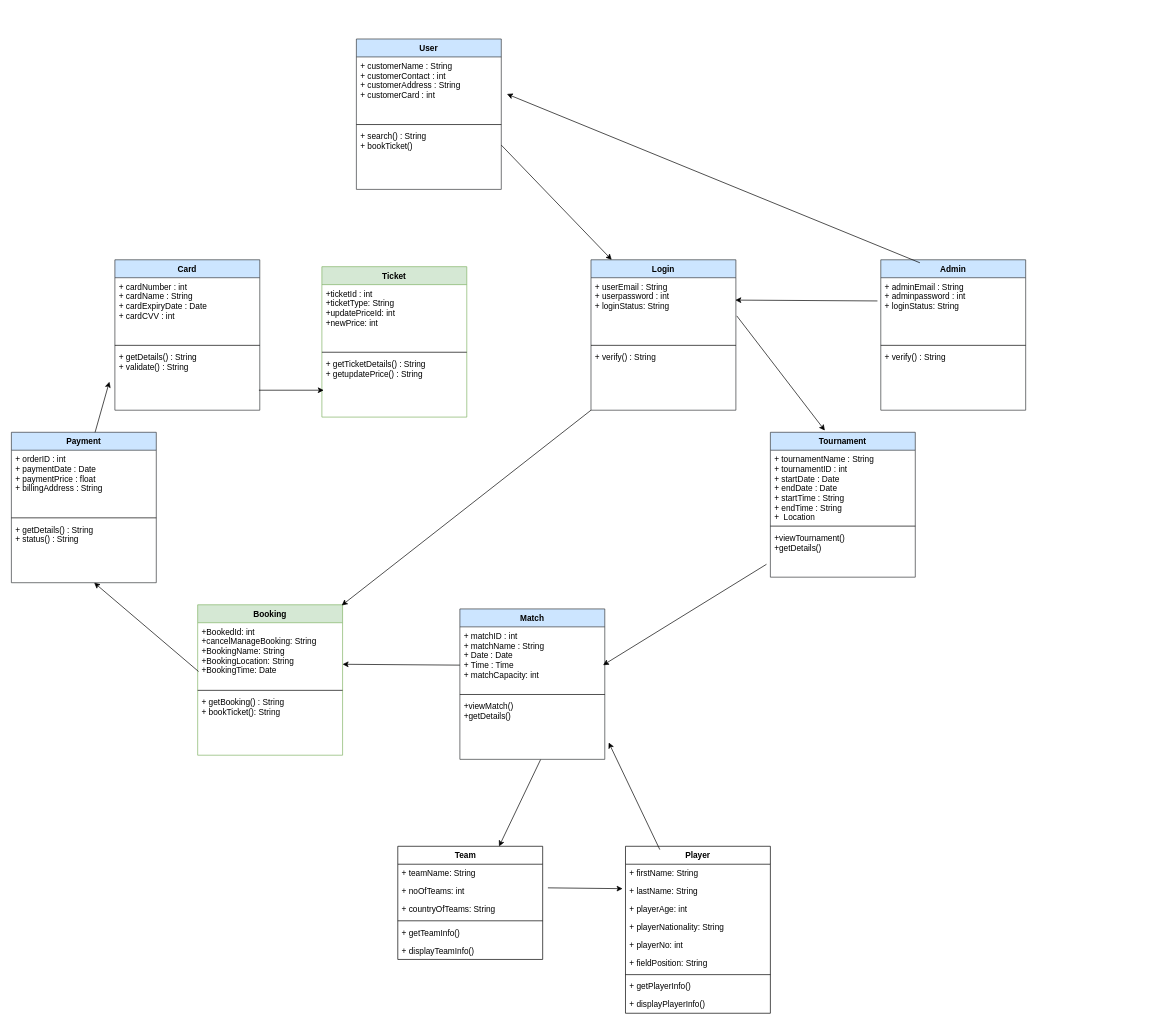
The draw.io diagram SES_Class.drawio in mlvl974/SportsEventSystem, before the edit. Source tidied: cells renumbered, new cells numbered last; positions are measured from the earlier drawing's top-left corner, leaving out a move shared by most shapes. Both pictures are drawn from the tidied source at 69%, with x=0, y=0 at pixel (11, 39).
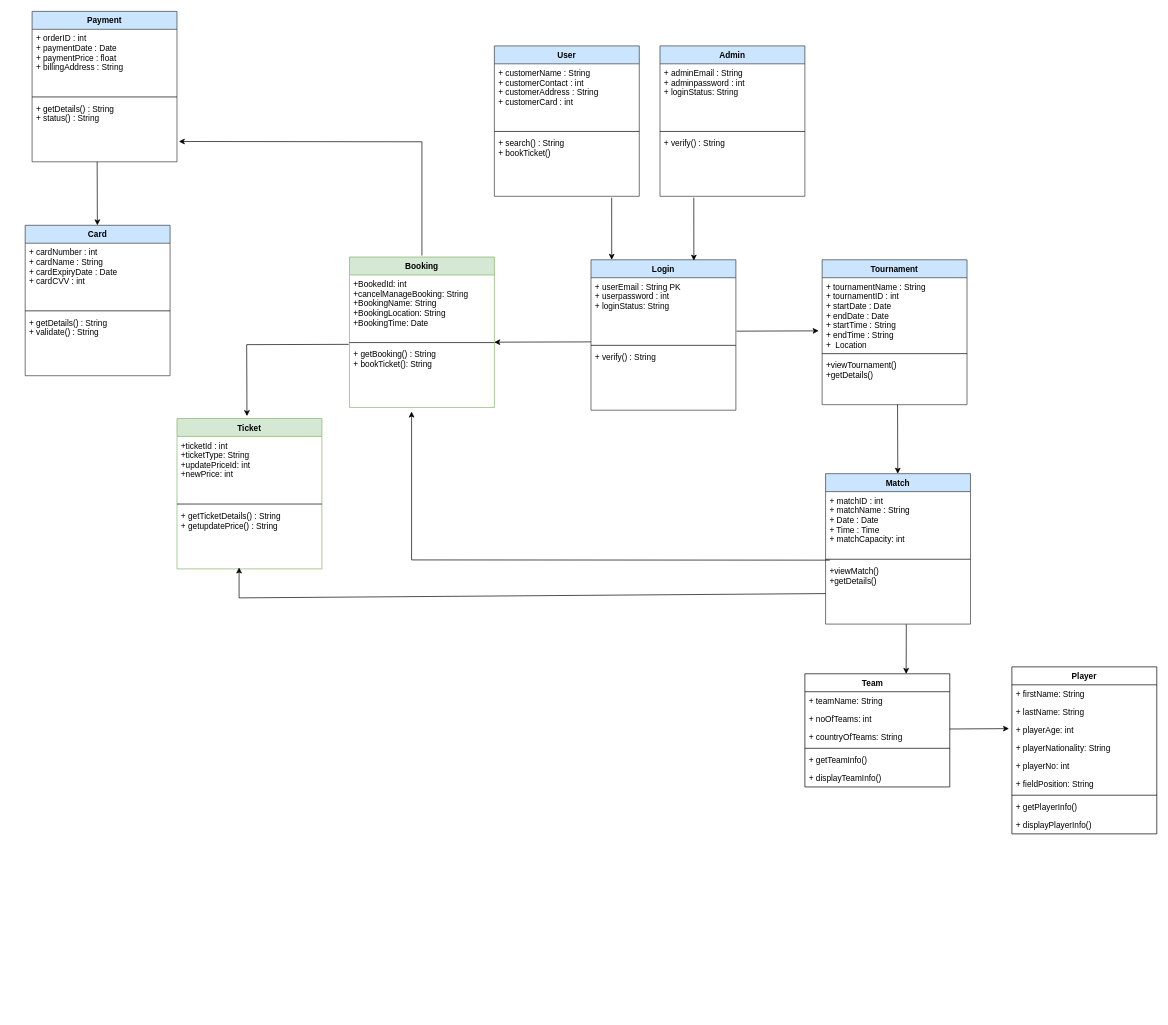
Above is the later version.

The change refers to these unchanged cells:
```xml
<mxCell id="5" value="+viewTournament()&#10;+getDetails()" style="text;strokeColor=none;fillColor=none;align=left;verticalAlign=top;spacingLeft=4;spacingRight=4;overflow=hidden;points=[[0,0.5],[1,0.5]];portConstraint=eastwest;" parent="2" vertex="1">
  <mxGeometry y="140" width="210" height="70" as="geometry" />
</mxCell>
<mxCell id="9" value="+ getDetails() : String&#10;+ status() : String" style="text;strokeColor=none;fillColor=none;align=left;verticalAlign=top;spacingLeft=4;spacingRight=4;overflow=hidden;points=[[0,0.5],[1,0.5]];portConstraint=eastwest;" parent="6" vertex="1">
  <mxGeometry y="128" width="210" height="90" as="geometry" />
</mxCell>
<mxCell id="13" value="+ getDetails() : String&#10;+ validate() : String" style="text;strokeColor=none;fillColor=none;align=left;verticalAlign=top;spacingLeft=4;spacingRight=4;overflow=hidden;points=[[0,0.5],[1,0.5]];portConstraint=eastwest;" parent="10" vertex="1">
  <mxGeometry y="128" width="210" height="90" as="geometry" />
</mxCell>
<mxCell id="15" value="+ customerName : String&#10;+ customerContact : int &#10;+ customerAddress : String&#10;+ customerCard : int" style="text;strokeColor=none;fillColor=none;align=left;verticalAlign=top;spacingLeft=4;spacingRight=4;overflow=hidden;points=[[0,0.5],[1,0.5]];portConstraint=eastwest;" parent="14" vertex="1">
  <mxGeometry y="26" width="210" height="94" as="geometry" />
</mxCell>
<mxCell id="18" value="Login" style="swimlane;fontStyle=1;align=center;verticalAlign=top;horizontal=1;startSize=26;fillColor=#cce5ff;strokeColor=#36393d;" parent="1" vertex="1">
  <mxGeometry x="840" y="320" width="210" height="218" as="geometry" />
</mxCell>
<mxCell id="23" value="+ adminEmail : String&#10;+ adminpassword : int &#10;+ loginStatus: String&#10;" style="text;strokeColor=none;fillColor=none;align=left;verticalAlign=top;spacingLeft=4;spacingRight=4;overflow=hidden;points=[[0,0.5],[1,0.5]];portConstraint=eastwest;" parent="22" vertex="1">
  <mxGeometry y="26" width="210" height="94" as="geometry" />
</mxCell>
<mxCell id="27" value="+ matchID : int&#10;+ matchName : String&#10;+ Date : Date&#10;+ Time : Time&#10;+ matchCapacity: int" style="text;strokeColor=none;fillColor=none;align=left;verticalAlign=top;spacingLeft=4;spacingRight=4;overflow=hidden;points=[[0,0.5],[1,0.5]];portConstraint=eastwest;" parent="26" vertex="1">
  <mxGeometry y="26" width="210" height="94" as="geometry" />
</mxCell>
<mxCell id="29" value="+viewMatch()&#10;+getDetails()" style="text;strokeColor=none;fillColor=none;align=left;verticalAlign=top;spacingLeft=4;spacingRight=4;overflow=hidden;points=[[0,0.5],[1,0.5]];portConstraint=eastwest;" parent="26" vertex="1">
  <mxGeometry y="128" width="210" height="90" as="geometry" />
</mxCell>
<mxCell id="32" value="+ noOfTeams: int" style="text;strokeColor=none;fillColor=none;align=left;verticalAlign=top;spacingLeft=4;spacingRight=4;overflow=hidden;points=[[0,0.5],[1,0.5]];portConstraint=eastwest;" parent="30" vertex="1">
  <mxGeometry y="52" width="210" height="26" as="geometry" />
</mxCell>
<mxCell id="39" value="+ lastName: String" style="text;strokeColor=none;fillColor=none;align=left;verticalAlign=top;spacingLeft=4;spacingRight=4;overflow=hidden;points=[[0,0.5],[1,0.5]];portConstraint=eastwest;" parent="37" vertex="1">
  <mxGeometry y="52" width="210" height="26" as="geometry" />
</mxCell>
<mxCell id="40" value="+ playerAge: int" style="text;strokeColor=none;fillColor=none;align=left;verticalAlign=top;spacingLeft=4;spacingRight=4;overflow=hidden;points=[[0,0.5],[1,0.5]];portConstraint=eastwest;" parent="37" vertex="1">
  <mxGeometry y="78" width="210" height="26" as="geometry" />
</mxCell>
<mxCell id="48" value="+BookedId: int&#10;+cancelManageBooking: String&#10;+BookingName: String&#10;+BookingLocation: String&#10;+BookingTime: Date&#10;" style="text;strokeColor=none;fillColor=none;align=left;verticalAlign=top;spacingLeft=4;spacingRight=4;overflow=hidden;points=[[0,0.5],[1,0.5]];portConstraint=eastwest;" parent="47" vertex="1">
  <mxGeometry y="26" width="210" height="94" as="geometry" />
</mxCell>
<mxCell id="50" value="+ getBooking() : String&#10;+ bookTicket(): String" style="text;strokeColor=none;fillColor=none;align=left;verticalAlign=top;spacingLeft=4;spacingRight=4;overflow=hidden;points=[[0,0.5],[1,0.5]];portConstraint=eastwest;fontColor=#000000;" parent="47" vertex="1">
  <mxGeometry y="128" width="210" height="90" as="geometry" />
</mxCell>
<mxCell id="54" value="+ getTicketDetails() : String&#10;+ getupdatePrice() : String&#10;" style="text;strokeColor=none;fillColor=none;align=left;verticalAlign=top;spacingLeft=4;spacingRight=4;overflow=hidden;points=[[0,0.5],[1,0.5]];portConstraint=eastwest;fontColor=#000000;" parent="51" vertex="1">
  <mxGeometry y="128" width="210" height="90" as="geometry" />
</mxCell>
```

Change to the diagram source:
```diff
@@
     <mxCell id="2" value="Tournament" style="swimlane;fontStyle=1;align=center;verticalAlign=top;horizontal=1;startSize=26;fillColor=#cce5ff;strokeColor=#36393d;" parent="1" vertex="1">
-      <mxGeometry x="1100" y="570" width="210" height="210" as="geometry" />
+      <mxGeometry x="1175" y="320" width="210" height="210" as="geometry" />
     </mxCell>
@@
     <mxCell id="6" value="Payment" style="swimlane;fontStyle=1;align=center;verticalAlign=top;horizontal=1;startSize=26;fillColor=#cce5ff;strokeColor=#36393d;" parent="1" vertex="1">
-      <mxGeometry y="570" width="210" height="218" as="geometry" />
+      <mxGeometry x="30" y="-40" width="210" height="218" as="geometry" />
     </mxCell>
@@
     <mxCell id="10" value="Card" style="swimlane;fontStyle=1;align=center;verticalAlign=top;horizontal=1;startSize=26;fillColor=#cce5ff;strokeColor=#36393d;" parent="1" vertex="1">
-      <mxGeometry x="150" y="320" width="210" height="218" as="geometry" />
+      <mxGeometry x="20" y="270" width="210" height="218" as="geometry" />
     </mxCell>
@@
     <mxCell id="14" value="User" style="swimlane;fontStyle=1;align=center;verticalAlign=top;horizontal=1;startSize=26;fillColor=#cce5ff;strokeColor=#36393d;" parent="1" vertex="1">
-      <mxGeometry x="500" width="210" height="218" as="geometry" />
+      <mxGeometry x="700" y="10" width="210" height="218" as="geometry" />
     </mxCell>
@@
-    <mxCell id="19" value="+ userEmail : String&#10;+ userpassword : int &#10;+ loginStatus: String&#10;" style="text;strokeColor=none;fillColor=none;align=left;verticalAlign=top;spacingLeft=4;spacingRight=4;overflow=hidden;points=[[0,0.5],[1,0.5]];portConstraint=eastwest;" parent="18" vertex="1">
+    <mxCell id="19" value="+ userEmail : String PK&#10;+ userpassword : int &#10;+ loginStatus: String&#10;" style="text;strokeColor=none;fillColor=none;align=left;verticalAlign=top;spacingLeft=4;spacingRight=4;overflow=hidden;points=[[0,0.5],[1,0.5]];portConstraint=eastwest;" parent="18" vertex="1">
       <mxGeometry y="26" width="210" height="94" as="geometry" />
     </mxCell>
@@
     <mxCell id="22" value="Admin" style="swimlane;fontStyle=1;align=center;verticalAlign=top;horizontal=1;startSize=26;fillColor=#cce5ff;strokeColor=#36393d;" parent="1" vertex="1">
-      <mxGeometry x="1260" y="320" width="210" height="218" as="geometry" />
+      <mxGeometry x="940" y="10" width="210" height="218" as="geometry" />
     </mxCell>
@@
     <mxCell id="26" value="Match" style="swimlane;fontStyle=1;align=center;verticalAlign=top;horizontal=1;startSize=26;fillColor=#cce5ff;strokeColor=#36393d;" parent="1" vertex="1">
-      <mxGeometry x="650" y="826" width="210" height="218" as="geometry" />
+      <mxGeometry x="1180" y="630" width="210" height="218" as="geometry" />
     </mxCell>
@@
     <mxCell id="30" value="Team    " style="swimlane;fontStyle=1;align=center;verticalAlign=top;horizontal=1;startSize=26;" parent="1" vertex="1">
-      <mxGeometry x="560" y="1170" width="210" height="164" as="geometry" />
+      <mxGeometry x="1150" y="920" width="210" height="164" as="geometry" />
     </mxCell>
@@
     <mxCell id="37" value="Player" style="swimlane;fontStyle=1;align=center;verticalAlign=top;horizontal=1;startSize=26;" parent="1" vertex="1">
-      <mxGeometry x="890" y="1170" width="210" height="242" as="geometry" />
+      <mxGeometry x="1450" y="910" width="210" height="242" as="geometry" />
     </mxCell>
@@
+    <mxCell id="68" style="endArrow=classic;html=1;rounded=0;exitX=-0.027;exitY=0.733;exitDx=0;exitDy=0;exitPerimeter=0;entryX=-0.02;entryY=0.441;entryDx=0;entryDy=0;entryPerimeter=0;" parent="37" edge="1" target="40">
+      <mxGeometry relative="1" as="geometry">
+        <mxPoint x="-90" y="90" as="sourcePoint" />
+      </mxGeometry>
+    </mxCell>
     <mxCell id="47" value="Booking" style="swimlane;fontStyle=1;align=center;verticalAlign=top;horizontal=1;startSize=26;fillColor=#d5e8d4;strokeColor=#82b366;" parent="1" vertex="1">
-      <mxGeometry x="270" y="820" width="210" height="218" as="geometry" />
+      <mxGeometry x="490" y="316" width="210" height="218" as="geometry" />
     </mxCell>
@@
     <mxCell id="51" value="Ticket" style="swimlane;fontStyle=1;align=center;verticalAlign=top;horizontal=1;startSize=26;fillColor=#d5e8d4;strokeColor=#82b366;" parent="1" vertex="1">
-      <mxGeometry x="450" y="330" width="210" height="218" as="geometry" />
+      <mxGeometry x="240" y="550" width="210" height="218" as="geometry" />
     </mxCell>
@@
-    <mxCell id="55" style="endArrow=classic;html=1;rounded=0;exitX=1.006;exitY=0.588;exitDx=0;exitDy=0;exitPerimeter=0;entryX=0.376;entryY=-0.012;entryDx=0;entryDy=0;entryPerimeter=0;" parent="1" edge="1" source="19" target="2">
-      <mxGeometry relative="1" as="geometry" />
-    </mxCell>
-    <mxCell id="56" style="endArrow=classic;html=1;rounded=0;exitX=-0.027;exitY=0.733;exitDx=0;exitDy=0;exitPerimeter=0;entryX=0.988;entryY=0.59;entryDx=0;entryDy=0;entryPerimeter=0;" parent="1" edge="1" source="5" target="27">
-      <mxGeometry relative="1" as="geometry" />
-    </mxCell>
-    <mxCell id="57" style="endArrow=classic;html=1;rounded=0;exitX=-0.001;exitY=0.59;exitDx=0;exitDy=0;exitPerimeter=0;entryX=0.988;entryY=0.59;entryDx=0;entryDy=0;entryPerimeter=0;" parent="1" edge="1" source="27">
-      <mxGeometry relative="1" as="geometry">
-        <mxPoint x="480" y="906.2" as="targetPoint" />
-      </mxGeometry>
-    </mxCell>
-    <mxCell id="58" style="endArrow=classic;html=1;rounded=0;exitX=0.006;exitY=0.752;exitDx=0;exitDy=0;exitPerimeter=0;entryX=0.988;entryY=0.59;entryDx=0;entryDy=0;entryPerimeter=0;" parent="1" edge="1" source="48">
-      <mxGeometry relative="1" as="geometry">
-        <mxPoint x="120" y="788" as="targetPoint" />
-      </mxGeometry>
-    </mxCell>
-    <mxCell id="59" style="endArrow=classic;html=1;rounded=0;exitX=0.006;exitY=0.752;exitDx=0;exitDy=0;exitPerimeter=0;entryX=-0.038;entryY=0.541;entryDx=0;entryDy=0;entryPerimeter=0;" parent="1" edge="1" target="13">
-      <mxGeometry relative="1" as="geometry">
-        <mxPoint x="121.3" y="570" as="sourcePoint" />
-      </mxGeometry>
-    </mxCell>
-    <mxCell id="60" style="endArrow=classic;html=1;rounded=0;entryX=0.013;entryY=0.567;entryDx=0;entryDy=0;entryPerimeter=0;exitX=0.994;exitY=0.678;exitDx=0;exitDy=0;exitPerimeter=0;" parent="1" edge="1" source="13" target="54">
-      <mxGeometry relative="1" as="geometry" />
-    </mxCell>
-    <mxCell id="61" style="endArrow=classic;html=1;rounded=0;exitX=-0.027;exitY=0.733;exitDx=0;exitDy=0;exitPerimeter=0;entryX=0.994;entryY=0.004;entryDx=0;entryDy=0;entryPerimeter=0;" parent="1" edge="1" target="47">
-      <mxGeometry relative="1" as="geometry">
-        <mxPoint x="840" y="538" as="sourcePoint" />
-      </mxGeometry>
-    </mxCell>
@@
-    <mxCell id="63" style="endArrow=classic;html=1;rounded=0;exitX=1.036;exitY=0.317;exitDx=0;exitDy=0;exitPerimeter=0;entryX=-0.02;entryY=0.362;entryDx=0;entryDy=0;entryPerimeter=0;" parent="1" edge="1" source="32" target="39">
-      <mxGeometry relative="1" as="geometry" />
-    </mxCell>
-    <mxCell id="64" style="endArrow=classic;html=1;rounded=0;exitX=0.237;exitY=0.02;exitDx=0;exitDy=0;exitPerimeter=0;entryX=1.027;entryY=0.729;entryDx=0;entryDy=0;entryPerimeter=0;" parent="1" edge="1" source="37" target="29">
-      <mxGeometry relative="1" as="geometry" />
-    </mxCell>
-    <mxCell id="65" style="endArrow=classic;html=1;rounded=0;exitX=-0.023;exitY=0.358;exitDx=0;exitDy=0;exitPerimeter=0;entryX=0.996;entryY=0.345;entryDx=0;entryDy=0;entryPerimeter=0;" parent="1" edge="1" source="23" target="19">
-      <mxGeometry relative="1" as="geometry" />
+    <mxCell id="65" style="endArrow=classic;html=1;rounded=0;entryX=0.71;entryY=0.006;entryDx=0;entryDy=0;entryPerimeter=0;" parent="1" edge="1" target="18">
+      <mxGeometry relative="1" as="geometry">
+        <mxPoint x="989" y="230" as="sourcePoint" />
+      </mxGeometry>
     </mxCell>
-    <mxCell id="66" style="endArrow=classic;html=1;rounded=0;exitX=1.006;exitY=0.588;exitDx=0;exitDy=0;exitPerimeter=0;entryX=0.143;entryY=0;entryDx=0;entryDy=0;entryPerimeter=0;" parent="1" edge="1" target="18">
+    <mxCell id="66" style="endArrow=classic;html=1;rounded=0;entryX=0.143;entryY=0;entryDx=0;entryDy=0;entryPerimeter=0;" parent="1" edge="1" target="18">
       <mxGeometry relative="1" as="geometry">
-        <mxPoint x="710" y="153.8" as="sourcePoint" />
+        <mxPoint x="870" y="230" as="sourcePoint" />
       </mxGeometry>
     </mxCell>
-    <mxCell id="67" style="endArrow=classic;html=1;rounded=0;exitX=0.27;exitY=0.02;exitDx=0;exitDy=0;exitPerimeter=0;entryX=1.039;entryY=0.572;entryDx=0;entryDy=0;entryPerimeter=0;" parent="1" edge="1" source="22" target="15">
-      <mxGeometry relative="1" as="geometry" />
-    </mxCell>
+    <mxCell id="69" style="endArrow=classic;html=1;rounded=0;exitX=-0.001;exitY=0.59;exitDx=0;exitDy=0;exitPerimeter=0;" parent="1" edge="1" target="26">
+      <mxGeometry relative="1" as="geometry">
+        <mxPoint x="1284.3" y="530" as="sourcePoint" />
+      </mxGeometry>
+    </mxCell>
+    <mxCell id="70" style="endArrow=classic;html=1;rounded=0;exitX=0.029;exitY=-0.03;exitDx=0;exitDy=0;exitPerimeter=0;" parent="1" edge="1" source="29">
+      <mxGeometry relative="1" as="geometry">
+        <mxPoint x="580" y="540" as="targetPoint" />
+        <Array as="points">
+          <mxPoint x="580" y="755" />
+        </Array>
+      </mxGeometry>
+    </mxCell>
+    <mxCell id="71" style="endArrow=classic;html=1;rounded=0;entryX=0.483;entryY=-0.016;entryDx=0;entryDy=0;entryPerimeter=0;exitX=-0.005;exitY=-0.016;exitDx=0;exitDy=0;exitPerimeter=0;" parent="1" edge="1" source="50" target="51">
+      <mxGeometry relative="1" as="geometry">
+        <Array as="points">
+          <mxPoint x="341" y="443" />
+        </Array>
+      </mxGeometry>
+    </mxCell>
+    <mxCell id="72" style="endArrow=classic;html=1;rounded=0;" parent="1" edge="1" source="29">
+      <mxGeometry relative="1" as="geometry">
+        <mxPoint x="330" y="766" as="targetPoint" />
+        <Array as="points">
+          <mxPoint x="330" y="810" />
+        </Array>
+      </mxGeometry>
+    </mxCell>
+    <mxCell id="73" style="endArrow=classic;html=1;rounded=0;entryX=1.013;entryY=0.673;entryDx=0;entryDy=0;entryPerimeter=0;exitX=0.5;exitY=-0.01;exitDx=0;exitDy=0;exitPerimeter=0;" parent="1" edge="1" source="47" target="9">
+      <mxGeometry relative="1" as="geometry">
+        <Array as="points">
+          <mxPoint x="595" y="149" />
+        </Array>
+      </mxGeometry>
+    </mxCell>
+    <mxCell id="74" style="endArrow=classic;html=1;rounded=0;" parent="1" edge="1" target="10">
+      <mxGeometry relative="1" as="geometry">
+        <mxPoint x="124.3" y="178" as="sourcePoint" />
+      </mxGeometry>
+    </mxCell>
+    <mxCell id="75" style="endArrow=classic;html=1;rounded=0;entryX=0.999;entryY=-0.051;entryDx=0;entryDy=0;entryPerimeter=0;" parent="1" edge="1" target="50">
+      <mxGeometry relative="1" as="geometry">
+        <mxPoint x="840" y="439" as="sourcePoint" />
+      </mxGeometry>
+    </mxCell>
+    <mxCell id="76" style="endArrow=classic;html=1;rounded=0;exitX=1.005;exitY=0.824;exitDx=0;exitDy=0;exitPerimeter=0;" parent="1" edge="1" source="19">
+      <mxGeometry relative="1" as="geometry">
+        <mxPoint x="1170" y="423" as="targetPoint" />
+      </mxGeometry>
+    </mxCell>
```
